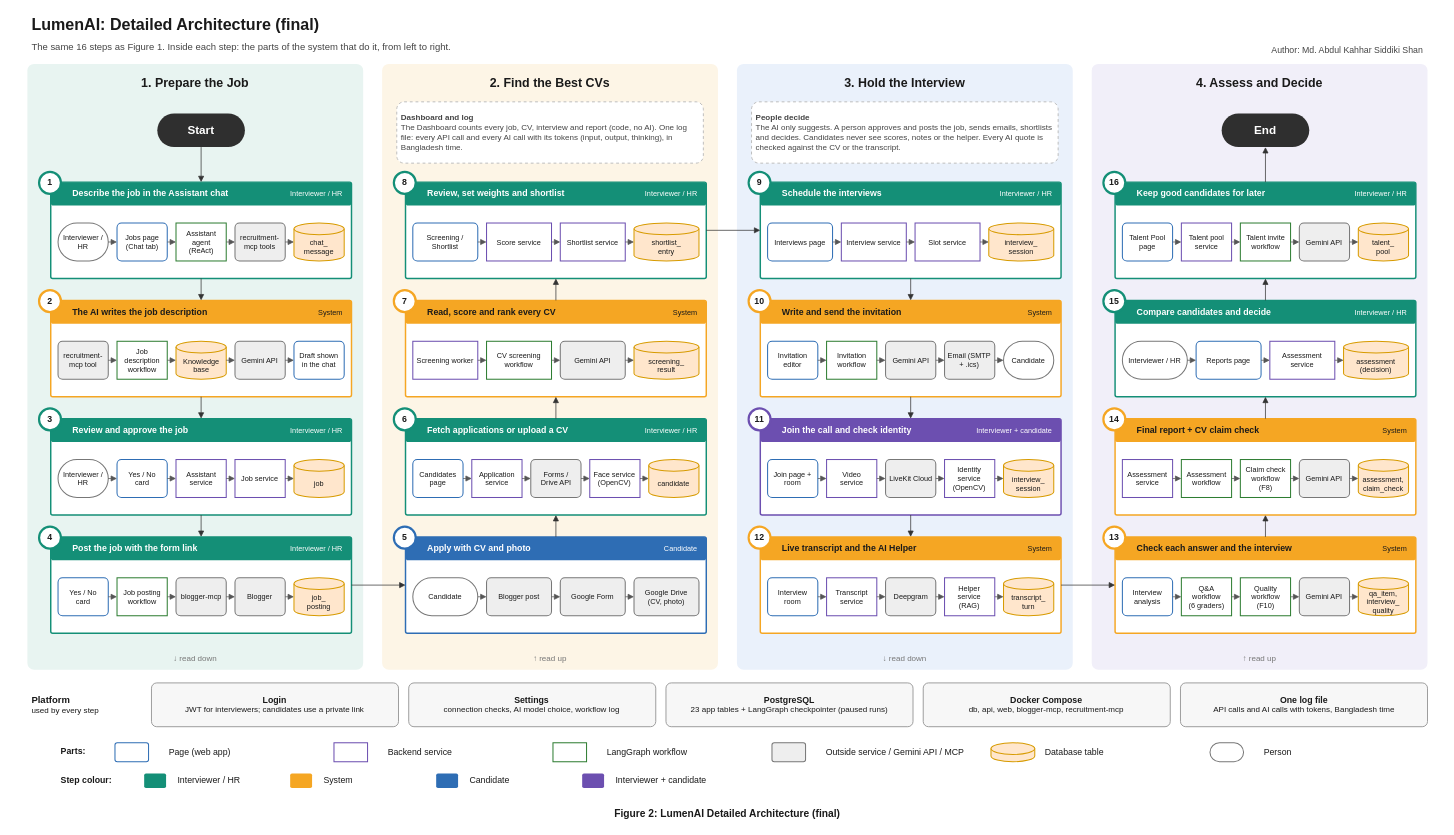
Earlier version of the draw.io diagram docs/architecture/LumenAI_Final_Detailed_Architecture.drawio (AKSShan10/LumenAi). Source tidied: cells renumbered, new cells numbered last; positions are measured from the earlier drawing's top-left corner, leaving out a move shared by most shapes. Both pictures are drawn from the tidied source at 73%, with x=0, y=0 at pixel (12, 12).
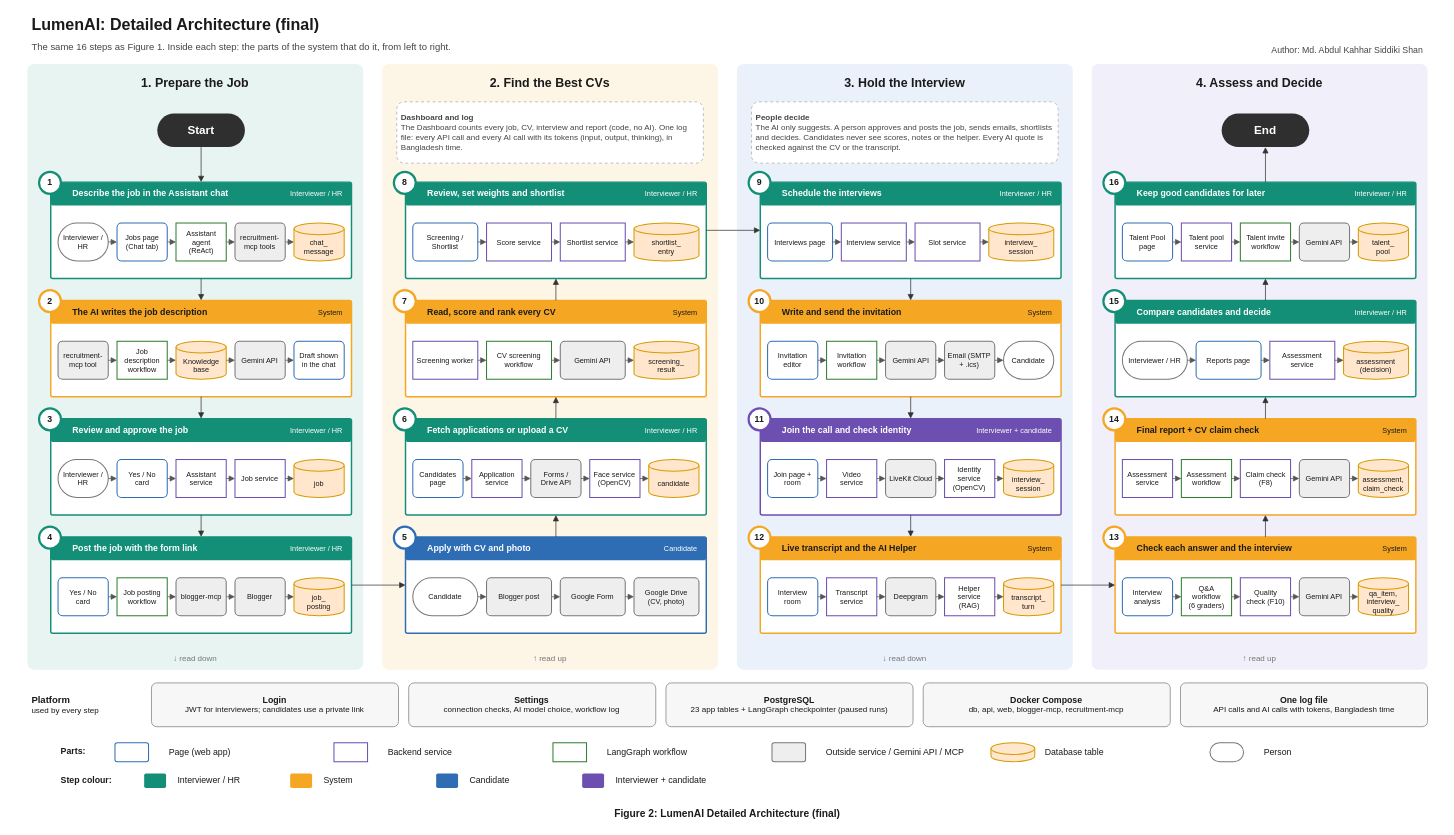
Above is the later version.

The edit, as a diff of the source:
```diff
@@
-    <mxCell id="159" value="Claim check workflow (F8)" style="rounded=0;fillColor=#FFFFFF;strokeColor=#2E7D32;strokeWidth=1.4;html=1;whiteSpace=wrap;fontSize=10;fontColor=#1A1A1A;align=center;verticalAlign=middle;spacing=6;fontFamily=Helvetica;" parent="1" vertex="1">
+    <mxCell id="159" value="Claim check (F8)" style="rounded=0;fillColor=#FFFFFF;strokeColor=#6C4FB0;strokeWidth=1.4;html=1;whiteSpace=wrap;fontSize=10;fontColor=#1A1A1A;align=center;verticalAlign=middle;spacing=6;fontFamily=Helvetica;" parent="1" vertex="1">
       <mxGeometry x="1681.6" y="612" width="68.8" height="52" as="geometry" />
     </mxCell>
@@
-    <mxCell id="169" value="Quality workflow (F10)" style="rounded=0;fillColor=#FFFFFF;strokeColor=#2E7D32;strokeWidth=1.4;html=1;whiteSpace=wrap;fontSize=10;fontColor=#1A1A1A;align=center;verticalAlign=middle;spacing=6;fontFamily=Helvetica;" parent="1" vertex="1">
+    <mxCell id="169" value="Quality check (F10)" style="rounded=0;fillColor=#FFFFFF;strokeColor=#6C4FB0;strokeWidth=1.4;html=1;whiteSpace=wrap;fontSize=10;fontColor=#1A1A1A;align=center;verticalAlign=middle;spacing=6;fontFamily=Helvetica;" parent="1" vertex="1">
       <mxGeometry x="1681.6" y="774" width="68.8" height="52" as="geometry" />
     </mxCell>
```
